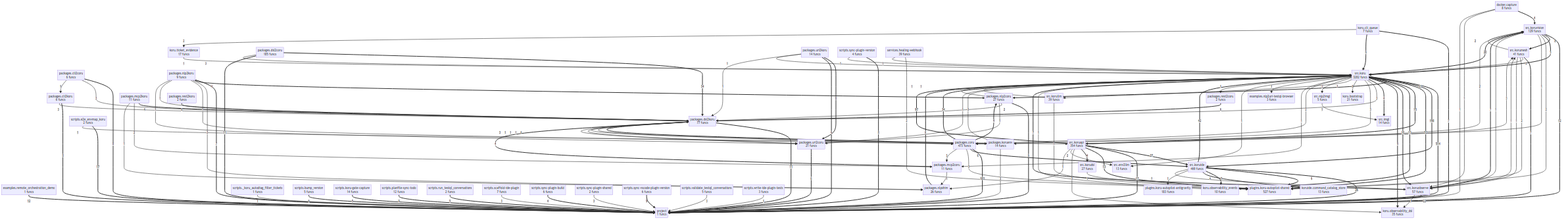
Before: project/compact_flow.png, a diagram exported from Mermaid (semcod/koru). Its source is kept beside it as project/compact_flow.mmd. The source it was exported from:
```mermaid
flowchart TD
    docker__capture["docker.capture<br/>8 funcs"]
    examples__nlp2uri_testql_browser["examples.nlp2uri-testql-browser<br/>3 funcs"]
    examples__remote_orchestration_demo["examples.remote_orchestration_demo<br/>1 funcs"]
    koru__bootstrap["koru.bootstrap<br/>21 funcs"]
    koru__cli_queue["koru.cli_queue<br/>7 funcs"]
    koru__observability_dsl["koru.observability_dsl<br/>35 funcs"]
    koru__observability_events["koru.observability_events<br/>10 funcs"]
    koru__ticket_evidence["koru.ticket_evidence<br/>17 funcs"]
    koruide__command_catalog_store["koruide.command_catalog_store<br/>13 funcs"]
    packages__cli2coru["packages.cli2coru<br/>6 funcs"]
    packages__cli2koru["packages.cli2koru<br/>6 funcs"]
    packages__coru["packages.coru<br/>473 funcs"]
    packages__dsl2coru["packages.dsl2coru<br/>185 funcs"]
    packages__dsl2koru["packages.dsl2koru<br/>77 funcs"]
    packages__koruenv["packages.koruenv<br/>14 funcs"]
    packages__mcp2coru["packages.mcp2coru<br/>11 funcs"]
    packages__mcp2koru["packages.mcp2koru<br/>11 funcs"]
    packages__nlp2coru["packages.nlp2coru<br/>27 funcs"]
    packages__nlp2koru["packages.nlp2koru<br/>9 funcs"]
    packages__nlpshim["packages.nlpshim<br/>26 funcs"]
    packages__rest2coru["packages.rest2coru<br/>2 funcs"]
    packages__rest2koru["packages.rest2koru<br/>2 funcs"]
    packages__uri2coru["packages.uri2coru<br/>21 funcs"]
    packages__uri2koru["packages.uri2koru<br/>14 funcs"]
    plugins__koru_autopilot_antigravity["plugins.koru-autopilot-antigravity<br/>183 funcs"]
    plugins__koru_autopilot_shared["plugins.koru-autopilot-shared<br/>527 funcs"]
    project["project<br/>1 funcs"]
    scripts___koru_autodiag_filter_tickets["scripts._koru_autodiag_filter_tickets<br/>1 funcs"]
    scripts__bump_version["scripts.bump_version<br/>5 funcs"]
    scripts__e2e_envmap_koru["scripts.e2e_envmap_koru<br/>2 funcs"]
    scripts__koru_gate_capture["scripts.koru-gate-capture<br/>14 funcs"]
    scripts__planfile_sync_todo["scripts.planfile-sync-todo<br/>12 funcs"]
    scripts__run_testql_conversations["scripts.run_testql_conversations<br/>2 funcs"]
    scripts__scaffold_ide_plugin["scripts.scaffold-ide-plugin<br/>7 funcs"]
    scripts__sync_plugin_build["scripts.sync-plugin-build<br/>6 funcs"]
    scripts__sync_plugin_shared["scripts.sync-plugin-shared<br/>2 funcs"]
    scripts__sync_plugin_version["scripts.sync-plugin-version<br/>4 funcs"]
    scripts__sync_vscode_plugin_version["scripts.sync-vscode-plugin-version<br/>6 funcs"]
    scripts__validate_testql_conversations["scripts.validate_testql_conversations<br/>5 funcs"]
    scripts__write_ide_plugin_tests["scripts.write-ide-plugin-tests<br/>3 funcs"]
    services__healing_webhook["services.healing-webhook<br/>39 funcs"]
    src__env2llm["src.env2llm<br/>13 funcs"]
    src__imgl["src.imgl<br/>14 funcs"]
    src__koru["src.koru<br/>3282 funcs"]
    src__koruapi["src.koruapi<br/>354 funcs"]
    src__korudsl["src.korudsl<br/>27 funcs"]
    src__koruide["src.koruide<br/>469 funcs"]
    src__korullm["src.korullm<br/>39 funcs"]
    src__korumesh["src.korumesh<br/>41 funcs"]
    src__koruobserve["src.koruobserve<br/>57 funcs"]
    src__koruvision["src.koruvision<br/>129 funcs"]
    src__nlp2imgl["src.nlp2imgl<br/>5 funcs"]
    src__koru ==>|514| project
    src__koru ==>|198| src__koruide
    packages__coru ==>|183| project
    src__koruapi ==>|97| src__koru
    src__koru ==>|52| plugins__koru_autopilot_shared
    src__koruide ==>|42| src__koru
    packages__dsl2coru ==>|34| packages__dsl2koru
    packages__coru ==>|34| src__koru
    src__koruapi ==>|27| src__koruide
    src__koruide ==>|26| project
    src__koru ==>|23| packages__nlp2coru
    src__koruobserve ==>|22| project
    src__koru ==>|20| src__koruvision
    src__koruapi ==>|17| project
    scripts__e2e_envmap_koru ==>|17| project
    src__koru ==>|15| src__koruapi
    src__koruapi ==>|13| plugins__koru_autopilot_shared
    src__koru ==>|13| koru__observability_events
    examples__remote_orchestration_demo ==>|12| project
    src__koruvision ==>|12| project
    packages__dsl2koru ==>|11| project
    packages__dsl2coru ==>|11| project
    src__koru ==>|10| src__koruobserve
    src__koruide ==>|9| plugins__koru_autopilot_shared
    src__koru ==>|9| koru__observability_dsl
    scripts__planfile_sync_todo ==>|9| project
    scripts__sync_vscode_plugin_version ==>|9| project
    packages__cli2koru ==>|8| project
    packages__cli2coru ==>|8| project
    packages__uri2koru ==>|8| packages__uri2coru
    src__koruvision ==>|8| src__korumesh
    scripts__sync_plugin_version ==>|8| project
    packages__nlp2koru ==>|7| project
    src__koruobserve ==>|7| src__koru
    src__koruobserve ==>|7| src__koruvision
    src__korumesh ==>|7| project
    src__koruide ==>|7| koru__observability_events
    koru__cli_queue ==>|7| project
    packages__dsl2koru ==>|6| packages__koruenv
    packages__uri2coru ==>|6| project
    packages__nlpshim ==>|6| src__koru
    packages__uri2koru ==>|6| project
    packages__nlp2coru ==>|6| project
    packages__coru ==>|6| src__koruide
    packages__rest2coru ==>|6| packages__dsl2koru
    packages__rest2koru ==>|6| packages__dsl2koru
    koru__cli_queue ==>|6| src__koru
    scripts__bump_version ==>|6| project
    src__koruvision ==>|5| src__koru
    scripts__koru_gate_capture ==>|5| project
    scripts__run_testql_conversations ==>|5| project
    packages__mcp2coru ==>|4| packages__dsl2koru
    packages__mcp2koru ==>|4| packages__dsl2koru
    packages__coru ==>|4| packages__nlp2coru
    packages__nlp2koru ==>|4| packages__nlp2coru
    src__koruapi ==>|4| src__korudsl
    src__koruide ==>|4| koruide__command_catalog_store
    src__koru ==>|4| src__imgl
    docker__capture ==>|4| src__koruvision
    scripts__sync_plugin_build ==>|4| project
    packages__koruenv -->|3| src__koru
    packages__koruenv -->|3| project
    packages__cli2koru -->|3| packages__dsl2koru
    packages__dsl2coru -->|3| src__koru
    packages__cli2coru -->|3| packages__dsl2koru
    packages__coru -->|3| packages__dsl2koru
    packages__coru -->|3| plugins__koru_autopilot_shared
    packages__coru -->|3| packages__mcp2coru
    packages__nlp2koru -->|3| packages__nlpshim
    src__koruapi -->|3| src__korumesh
    src__koruapi -->|3| koru__observability_dsl
    src__koru -->|3| packages__dsl2koru
    src__koru -->|3| packages__koruenv
    src__koru -->|3| koru__bootstrap
    src__koru -->|3| src__korullm
    src__koru -->|3| src__nlp2imgl
    scripts__sync_plugin_shared -->|3| project
    scripts__scaffold_ide_plugin -->|3| project
    scripts__validate_testql_conversations -->|3| project
    packages__mcp2koru -->|2| packages__mcp2coru
    packages__nlp2coru -->|2| packages__dsl2koru
    services__healing_webhook -->|2| plugins__koru_autopilot_shared
    src__koruapi -->|2| src__env2llm
    src__koruapi -->|2| src__koruvision
    src__koruvision -->|2| plugins__koru_autopilot_shared
    src__korumesh -->|2| src__koru
    src__korumesh -->|2| src__koruvision
    src__korumesh -->|2| plugins__koru_autopilot_shared
    koru__cli_queue -->|2| koru__ticket_evidence
    src__koru -->|2| packages__coru
    packages__dsl2koru -->|1| packages__uri2coru
    packages__dsl2koru -->|1| packages__coru
    packages__uri2coru -->|1| src__koru
    packages__uri2coru -->|1| packages__dsl2koru
    packages__mcp2coru -->|1| packages__nlpshim
    packages__cli2coru -->|1| packages__cli2koru
    packages__mcp2koru -->|1| packages__nlpshim
    packages__uri2koru -->|1| src__koru
    packages__uri2koru -->|1| packages__dsl2koru
    packages__nlp2coru -->|1| src__koru
    packages__nlp2coru -->|1| packages__uri2coru
    packages__nlp2koru -->|1| packages__coru
    packages__nlp2koru -->|1| packages__dsl2koru
    packages__nlp2koru -->|1| packages__uri2coru
    services__healing_webhook -->|1| src__koru
    src__koruobserve -->|1| src__korumesh
    src__koruobserve -->|1| koru__observability_dsl
    src__korudsl -->|1| plugins__koru_autopilot_shared
    src__koruapi -->|1| packages__nlpshim
    src__korullm -->|1| src__koru
    src__korullm -->|1| plugins__koru_autopilot_shared
    src__koruvision -->|1| packages__coru
    src__koruvision -->|1| src__koruobserve
    src__korumesh -->|1| src__koruobserve
    src__nlp2imgl -->|1| src__imgl
    src__koruide -->|1| plugins__koru_autopilot_antigravity
    src__koruide -->|1| src__koruobserve
    src__koru -->|1| packages__mcp2coru
    koru__ticket_evidence -->|1| src__koru
    koru__observability_events -->|1| src__koru
    src__koru -->|1| examples__nlp2uri_testql_browser
    src__koru -->|1| src__env2llm
    src__koru -->|1| packages__rest2coru
    docker__capture -->|1| src__koruobserve
    docker__capture -->|1| project
    scripts__write_ide_plugin_tests -->|1| project
    scripts__sync_plugin_version -->|1| src__koru
    scripts___koru_autodiag_filter_tickets -->|1| project
    scripts__e2e_envmap_koru -->|1| src__koruapi
```
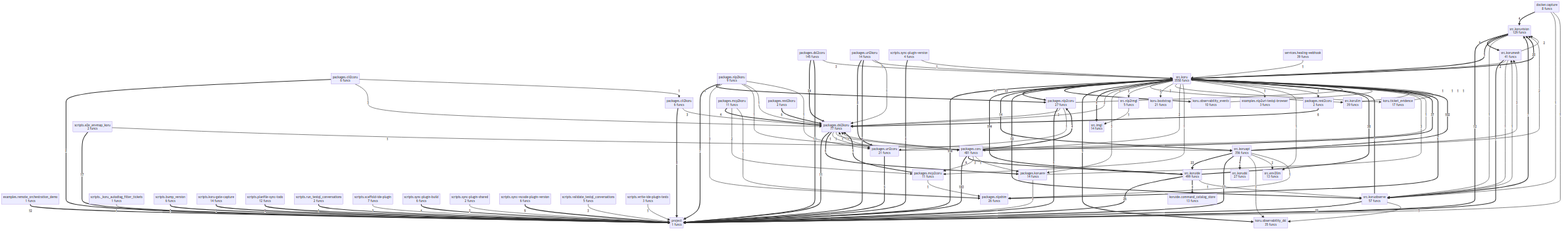
Above is the later version.

What changed in the source:
```diff
@@ -3,15 +3,14 @@
     examples__nlp2uri_testql_browser["examples.nlp2uri-testql-browser<br/>3 funcs"]
     examples__remote_orchestration_demo["examples.remote_orchestration_demo<br/>1 funcs"]
     koru__bootstrap["koru.bootstrap<br/>21 funcs"]
-    koru__cli_queue["koru.cli_queue<br/>7 funcs"]
     koru__observability_dsl["koru.observability_dsl<br/>35 funcs"]
     koru__observability_events["koru.observability_events<br/>10 funcs"]
     koru__ticket_evidence["koru.ticket_evidence<br/>17 funcs"]
     koruide__command_catalog_store["koruide.command_catalog_store<br/>13 funcs"]
     packages__cli2coru["packages.cli2coru<br/>6 funcs"]
     packages__cli2koru["packages.cli2koru<br/>6 funcs"]
-    packages__coru["packages.coru<br/>473 funcs"]
-    packages__dsl2coru["packages.dsl2coru<br/>185 funcs"]
+    packages__coru["packages.coru<br/>481 funcs"]
+    packages__dsl2coru["packages.dsl2coru<br/>145 funcs"]
     packages__dsl2koru["packages.dsl2koru<br/>77 funcs"]
     packages__koruenv["packages.koruenv<br/>14 funcs"]
     packages__mcp2coru["packages.mcp2coru<br/>11 funcs"]
@@ -23,11 +22,9 @@
     packages__rest2koru["packages.rest2koru<br/>2 funcs"]
     packages__uri2coru["packages.uri2coru<br/>21 funcs"]
     packages__uri2koru["packages.uri2koru<br/>14 funcs"]
-    plugins__koru_autopilot_antigravity["plugins.koru-autopilot-antigravity<br/>183 funcs"]
-    plugins__koru_autopilot_shared["plugins.koru-autopilot-shared<br/>527 funcs"]
     project["project<br/>1 funcs"]
     scripts___koru_autodiag_filter_tickets["scripts._koru_autodiag_filter_tickets<br/>1 funcs"]
-    scripts__bump_version["scripts.bump_version<br/>5 funcs"]
+    scripts__bump_version["scripts.bump_version<br/>6 funcs"]
     scripts__e2e_envmap_koru["scripts.e2e_envmap_koru<br/>2 funcs"]
     scripts__koru_gate_capture["scripts.koru-gate-capture<br/>14 funcs"]
     scripts__planfile_sync_todo["scripts.planfile-sync-todo<br/>12 funcs"]
@@ -42,39 +39,36 @@
     services__healing_webhook["services.healing-webhook<br/>39 funcs"]
     src__env2llm["src.env2llm<br/>13 funcs"]
     src__imgl["src.imgl<br/>14 funcs"]
-    src__koru["src.koru<br/>3282 funcs"]
-    src__koruapi["src.koruapi<br/>354 funcs"]
+    src__koru["src.koru<br/>3558 funcs"]
+    src__koruapi["src.koruapi<br/>356 funcs"]
     src__korudsl["src.korudsl<br/>27 funcs"]
-    src__koruide["src.koruide<br/>469 funcs"]
+    src__koruide["src.koruide<br/>499 funcs"]
     src__korullm["src.korullm<br/>39 funcs"]
     src__korumesh["src.korumesh<br/>41 funcs"]
     src__koruobserve["src.koruobserve<br/>57 funcs"]
     src__koruvision["src.koruvision<br/>129 funcs"]
     src__nlp2imgl["src.nlp2imgl<br/>5 funcs"]
-    src__koru ==>|514| project
-    src__koru ==>|198| src__koruide
+    src__koru ==>|558| project
+    src__koru ==>|194| src__koruide
     packages__coru ==>|183| project
-    src__koruapi ==>|97| src__koru
-    src__koru ==>|52| plugins__koru_autopilot_shared
-    src__koruide ==>|42| src__koru
+    src__koruapi ==>|102| src__koru
+    src__koruide ==>|38| src__koru
+    packages__coru ==>|37| src__koru
     packages__dsl2coru ==>|34| packages__dsl2koru
-    packages__coru ==>|34| src__koru
-    src__koruapi ==>|27| src__koruide
     src__koruide ==>|26| project
-    src__koru ==>|23| packages__nlp2coru
+    src__koru ==>|24| packages__nlp2coru
+    src__koruapi ==>|23| src__koruide
     src__koruobserve ==>|22| project
     src__koru ==>|20| src__koruvision
     src__koruapi ==>|17| project
     scripts__e2e_envmap_koru ==>|17| project
-    src__koru ==>|15| src__koruapi
-    src__koruapi ==>|13| plugins__koru_autopilot_shared
+    src__koru ==>|14| src__koruapi
     src__koru ==>|13| koru__observability_events
     examples__remote_orchestration_demo ==>|12| project
     src__koruvision ==>|12| project
     packages__dsl2koru ==>|11| project
     packages__dsl2coru ==>|11| project
     src__koru ==>|10| src__koruobserve
-    src__koruide ==>|9| plugins__koru_autopilot_shared
     src__koru ==>|9| koru__observability_dsl
     scripts__planfile_sync_todo ==>|9| project
     scripts__sync_vscode_plugin_version ==>|9| project
@@ -87,8 +81,7 @@
     src__koruobserve ==>|7| src__koru
     src__koruobserve ==>|7| src__koruvision
     src__korumesh ==>|7| project
-    src__koruide ==>|7| koru__observability_events
-    koru__cli_queue ==>|7| project
+    scripts__bump_version ==>|7| project
     packages__dsl2koru ==>|6| packages__koruenv
     packages__uri2coru ==>|6| project
     packages__nlpshim ==>|6| src__koru
@@ -97,8 +90,6 @@
     packages__coru ==>|6| src__koruide
     packages__rest2coru ==>|6| packages__dsl2koru
     packages__rest2koru ==>|6| packages__dsl2koru
-    koru__cli_queue ==>|6| src__koru
-    scripts__bump_version ==>|6| project
     src__koruvision ==>|5| src__koru
     scripts__koru_gate_capture ==>|5| project
     scripts__run_testql_conversations ==>|5| project
@@ -106,40 +97,36 @@
     packages__mcp2koru ==>|4| packages__dsl2koru
     packages__coru ==>|4| packages__nlp2coru
     packages__nlp2koru ==>|4| packages__nlp2coru
-    src__koruapi ==>|4| src__korudsl
     src__koruide ==>|4| koruide__command_catalog_store
-    src__koru ==>|4| src__imgl
     docker__capture ==>|4| src__koruvision
     scripts__sync_plugin_build ==>|4| project
+    src__koruapi ==>|4| src__korudsl
+    src__koru ==>|4| src__imgl
     packages__koruenv -->|3| src__koru
     packages__koruenv -->|3| project
     packages__cli2koru -->|3| packages__dsl2koru
     packages__dsl2coru -->|3| src__koru
     packages__cli2coru -->|3| packages__dsl2koru
     packages__coru -->|3| packages__dsl2koru
-    packages__coru -->|3| plugins__koru_autopilot_shared
     packages__coru -->|3| packages__mcp2coru
     packages__nlp2koru -->|3| packages__nlpshim
     src__koruapi -->|3| src__korumesh
     src__koruapi -->|3| koru__observability_dsl
     src__koru -->|3| packages__dsl2koru
-    src__koru -->|3| packages__koruenv
-    src__koru -->|3| koru__bootstrap
-    src__koru -->|3| src__korullm
-    src__koru -->|3| src__nlp2imgl
     scripts__sync_plugin_shared -->|3| project
     scripts__scaffold_ide_plugin -->|3| project
     scripts__validate_testql_conversations -->|3| project
+    src__koru -->|3| packages__koruenv
+    src__koru -->|3| src__korullm
+    src__koru -->|3| src__nlp2imgl
     packages__mcp2koru -->|2| packages__mcp2coru
     packages__nlp2coru -->|2| packages__dsl2koru
-    services__healing_webhook -->|2| plugins__koru_autopilot_shared
     src__koruapi -->|2| src__env2llm
     src__koruapi -->|2| src__koruvision
-    src__koruvision -->|2| plugins__koru_autopilot_shared
     src__korumesh -->|2| src__koru
     src__korumesh -->|2| src__koruvision
-    src__korumesh -->|2| plugins__koru_autopilot_shared
-    koru__cli_queue -->|2| koru__ticket_evidence
+    src__koru -->|2| koru__bootstrap
+    src__koru -->|2| koru__ticket_evidence
     src__koru -->|2| packages__coru
     packages__dsl2koru -->|1| packages__uri2coru
     packages__dsl2koru -->|1| packages__coru
@@ -158,16 +145,10 @@
     services__healing_webhook -->|1| src__koru
     src__koruobserve -->|1| src__korumesh
     src__koruobserve -->|1| koru__observability_dsl
-    src__korudsl -->|1| plugins__koru_autopilot_shared
     src__koruapi -->|1| packages__nlpshim
     src__korullm -->|1| src__koru
-    src__korullm -->|1| plugins__koru_autopilot_shared
-    src__koruvision -->|1| packages__coru
     src__koruvision -->|1| src__koruobserve
-    src__korumesh -->|1| src__koruobserve
     src__nlp2imgl -->|1| src__imgl
-    src__koruide -->|1| plugins__koru_autopilot_antigravity
-    src__koruide -->|1| src__koruobserve
     src__koru -->|1| packages__mcp2coru
     koru__ticket_evidence -->|1| src__koru
     koru__observability_events -->|1| src__koru
@@ -180,3 +161,6 @@
     scripts__sync_plugin_version -->|1| src__koru
     scripts___koru_autodiag_filter_tickets -->|1| project
     scripts__e2e_envmap_koru -->|1| src__koruapi
+    src__korumesh -->|1| src__koruobserve
+    src__koruide -->|1| src__koruobserve
+    packages__coru -->|1| packages__koruenv
```
